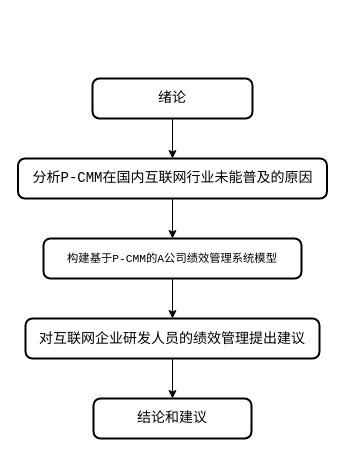
guzhenhuaGitHub/draw_io keeps this draw.io diagram as 未命名绘图.drawio. Above is the earlier version. Source tidied: cells renumbered, new cells numbered last; positions are measured from the earlier drawing's top-left corner, leaving out a move shared by most shapes. Both pictures are drawn from the tidied source at 100%, with x=0, y=0 at pixel (18, 78).
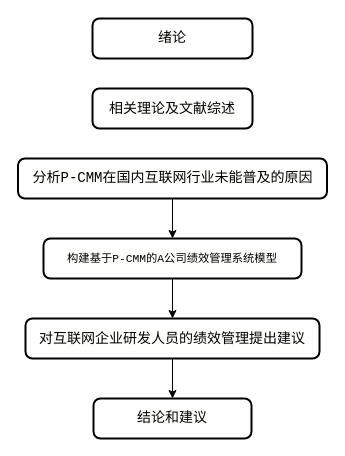
The same diagram, later.

Diff of the diagram source:
```diff
@@
 <mxGraphModel>
   <root>
     <mxCell id="0" />
     <mxCell id="1" parent="0" />
-    <mxCell id="2" style="edgeStyle=orthogonalEdgeStyle;rounded=0;jettySize=auto;html=1;" parent="1" edge="1" source="3" target="10">
-      <mxGeometry relative="1" as="geometry" />
-    </mxCell>
     <mxCell id="3" value="&lt;div style=&quot;background-color: rgb(255, 255, 254); font-family: Consolas, &amp;quot;Courier New&amp;quot;, monospace; font-size: 14px; line-height: 19px; white-space: pre;&quot;&gt;&lt;span&gt;&lt;font style=&quot;color: rgb(0, 0, 0);&quot;&gt;绪论&lt;/font&gt;&lt;/span&gt;&lt;/div&gt;" style="rounded=1;whiteSpace=wrap;html=1;absoluteArcSize=1;arcSize=14;strokeWidth=2;" parent="1" vertex="1">
-      <mxGeometry x="74" width="160" height="40" as="geometry" />
+      <mxGeometry x="74" y="-60" width="160" height="40" as="geometry" />
     </mxCell>
     <mxCell id="4" style="edgeStyle=orthogonalEdgeStyle;rounded=0;jettySize=auto;html=1;" parent="1" edge="1" source="5" target="7">
       <mxGeometry relative="1" as="geometry" />
     </mxCell>
     <mxCell id="5" value="&lt;div style=&quot;background-color: rgb(255, 255, 254); font-family: Consolas, &amp;quot;Courier New&amp;quot;, monospace; font-size: 14px; line-height: 19px; white-space: pre;&quot;&gt;&lt;span style=&quot;font-size: 8.47pt;&quot;&gt;构建基于P-CMM的A公司绩效管理系统模型&lt;/span&gt;&lt;br&gt;&lt;/div&gt;" style="rounded=1;whiteSpace=wrap;html=1;absoluteArcSize=1;arcSize=14;strokeWidth=2;" parent="1" vertex="1">
       <mxGeometry x="25" y="160" width="258" height="40" as="geometry" />
     </mxCell>
     <mxCell id="6" style="edgeStyle=orthogonalEdgeStyle;rounded=0;jettySize=auto;html=1;" parent="1" edge="1" source="7" target="8">
       <mxGeometry relative="1" as="geometry" />
     </mxCell>
     <mxCell id="7" value="&lt;div style=&quot;background-color: rgb(255, 255, 254); font-family: Consolas, &amp;quot;Courier New&amp;quot;, monospace; font-size: 14px; line-height: 19px; white-space: pre;&quot;&gt;&lt;p class=&quot;MsoNormal&quot;&gt;&lt;span style=&quot;mso-spacerun:'yes';font-family:宋体;font-size:10.5000pt;&lt;br/&gt;mso-font-kerning:1.0000pt;&quot;&gt;对互联网企业研发人员的绩效管理提出建议&lt;/span&gt;&lt;/p&gt;&lt;/div&gt;" style="rounded=1;whiteSpace=wrap;html=1;absoluteArcSize=1;arcSize=14;strokeWidth=2;" parent="1" vertex="1">
       <mxGeometry x="7" y="240" width="294" height="40" as="geometry" />
     </mxCell>
     <mxCell id="8" value="&lt;div style=&quot;background-color: rgb(255, 255, 254); font-family: Consolas, &amp;quot;Courier New&amp;quot;, monospace; font-size: 14px; line-height: 19px; white-space: pre;&quot;&gt;&lt;div style=&quot;line-height: 19px;&quot;&gt;&lt;span style=&quot;&quot;&gt;结论和建议&lt;/span&gt;&lt;/div&gt;&lt;/div&gt;" style="rounded=1;whiteSpace=wrap;html=1;absoluteArcSize=1;arcSize=14;strokeWidth=2;fontColor=#000000;" parent="1" vertex="1">
       <mxGeometry x="75" y="320" width="158" height="40" as="geometry" />
     </mxCell>
     <mxCell id="9" style="edgeStyle=orthogonalEdgeStyle;rounded=0;jettySize=auto;html=1;" parent="1" edge="1" source="10" target="5">
       <mxGeometry relative="1" as="geometry" />
     </mxCell>
     <mxCell id="10" value="&lt;div style=&quot;background-color: rgb(255, 255, 254); font-family: Consolas, &amp;quot;Courier New&amp;quot;, monospace; font-size: 14px; line-height: 19px; white-space: pre;&quot;&gt;&lt;span&gt;&lt;font style=&quot;color: rgb(0, 0, 0);&quot;&gt;分析P-CMM在国内互联网行业未能普及的原因&lt;/font&gt;&lt;/span&gt;&lt;/div&gt;" style="rounded=1;whiteSpace=wrap;html=1;absoluteArcSize=1;arcSize=14;strokeWidth=2;" parent="1" vertex="1">
       <mxGeometry x="-0.5" y="80" width="309" height="40" as="geometry" />
     </mxCell>
+    <mxCell id="11" value="&lt;div style=&quot;background-color: rgb(255, 255, 254); font-family: Consolas, &amp;quot;Courier New&amp;quot;, monospace; font-size: 14px; line-height: 19px; white-space: pre;&quot;&gt;&lt;p class=&quot;MsoNormal&quot;&gt;&lt;span style=&quot;mso-spacerun:'yes';font-family:宋体;font-size:10.5000pt;&lt;br/&gt;mso-font-kerning:1.0000pt;&quot;&gt;相关理论及文献综述&lt;/span&gt;&lt;/p&gt;&lt;/div&gt;" style="rounded=1;whiteSpace=wrap;html=1;absoluteArcSize=1;arcSize=14;strokeWidth=2;" parent="1" vertex="1">
+      <mxGeometry x="74" y="10" width="160" height="40" as="geometry" />
+    </mxCell>
   </root>
 </mxGraphModel>
```
